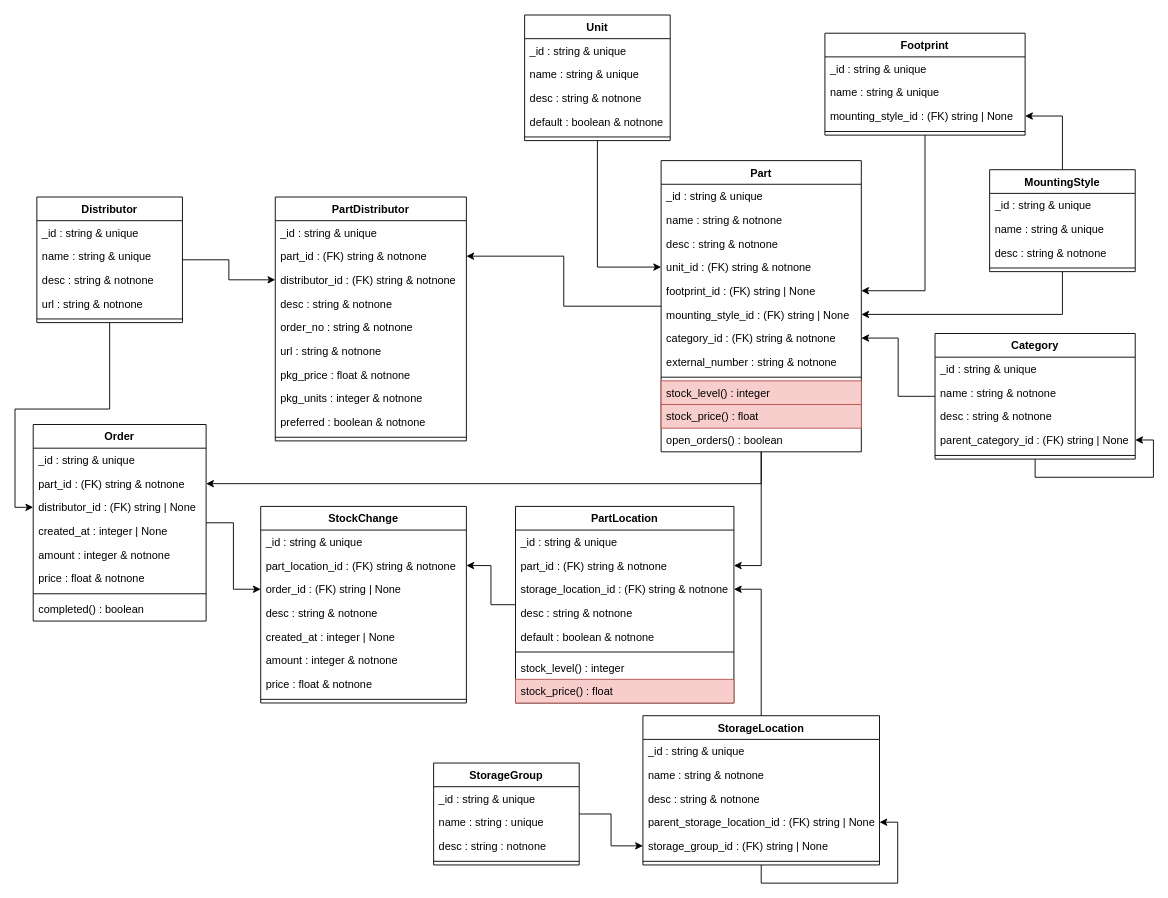
Before: docs/elements-classes.drawio in nils-ost/Inventory4Parts, a draw.io diagram. Source tidied: cells renumbered, new cells numbered last; positions are measured from the earlier drawing's top-left corner, leaving out a move shared by most shapes. Both pictures are drawn from the tidied source at 91%, with x=0, y=0 at pixel (33, 15).
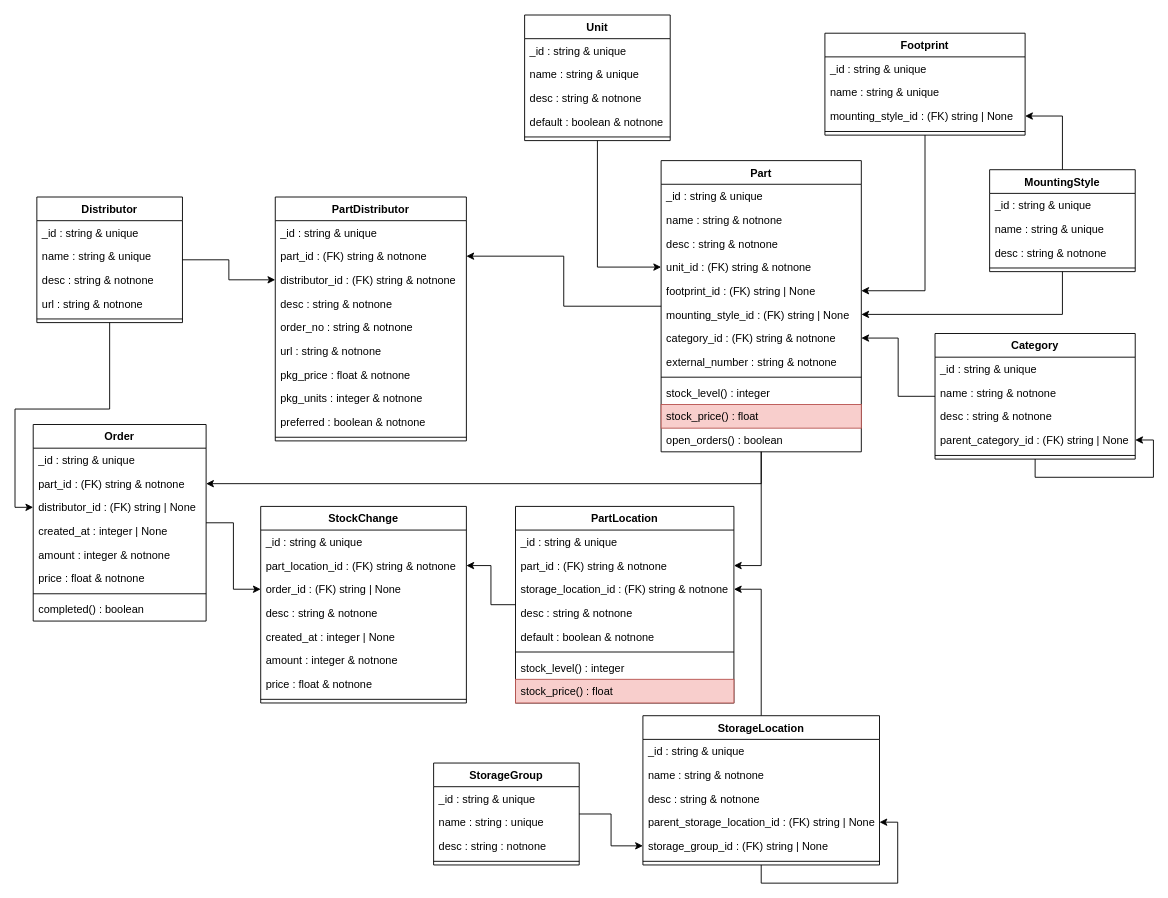
After the change.

Commit message (it also covers changes not shown here):
added stock_level calculation to part

The change refers to these unchanged cells:
```xml
<mxCell id="33" value="Part" style="swimlane;fontStyle=1;align=center;verticalAlign=top;horizontal=1;startSize=26;" parent="1" vertex="1">
  <mxGeometry x="690" y="160" width="220" height="320" as="geometry" />
</mxCell>
```

The edit, as a diff of the source:
```diff
@@
-    <mxCell id="43" value="stock_level() : integer" style="text;strokeColor=#b85450;fillColor=#f8cecc;align=left;verticalAlign=top;spacingLeft=4;spacingRight=4;overflow=hidden;" parent="33" vertex="1">
+    <mxCell id="43" value="stock_level() : integer" style="text;align=left;verticalAlign=top;spacingLeft=4;spacingRight=4;overflow=hidden;" parent="33" vertex="1">
       <mxGeometry y="242" width="220" height="26" as="geometry" />
     </mxCell>
```
